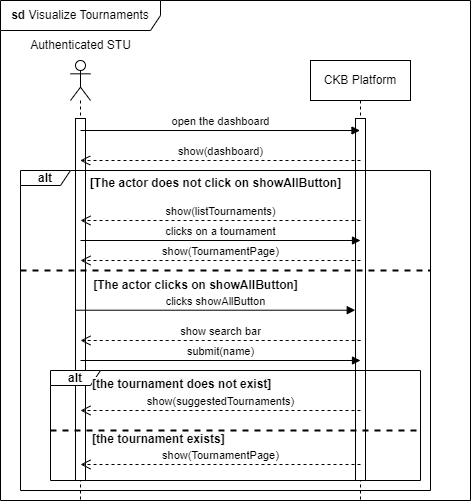
Above: RASD/images/sequence_diagrams/ClassDiagram-UC15.2-SequenceDiagram.png in pontig/sw-eng-2-PasiniPontiggiaStasi (draw.io), before the change. Source tidied: cells renumbered, new cells last; positions are measured from the earlier drawing's top-left corner, leaving out a move shared by most shapes.
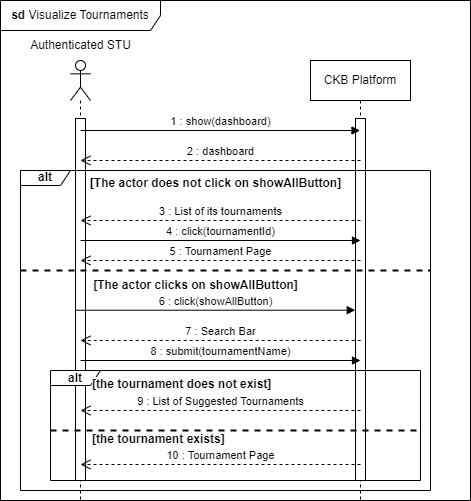
After the change.

Commit message:
fixed class diagram and sequence diagrams of my use cases

The edit, as a diff of the source:
```diff
@@ -20,29 +20,29 @@
     <mxCell id="7" value="Authenticated STU" style="text;html=1;align=center;verticalAlign=middle;strokeColor=none;fillColor=none;" parent="1" vertex="1">
       <mxGeometry x="20" y="30" width="120" height="30" as="geometry" />
     </mxCell>
-    <mxCell id="8" value="open the dashboard" style="html=1;verticalAlign=bottom;endArrow=block;curved=0;rounded=0;" parent="1" edge="1" target="5">
+    <mxCell id="8" value="1 : show(dashboard)" style="html=1;verticalAlign=bottom;endArrow=block;curved=0;rounded=0;" parent="1" edge="1" target="5">
       <mxGeometry relative="1" as="geometry">
         <mxPoint x="80" y="130" as="sourcePoint" />
       </mxGeometry>
     </mxCell>
-    <mxCell id="9" value="show(dashboard)" style="html=1;verticalAlign=bottom;endArrow=open;dashed=1;endSize=8;curved=0;rounded=0;" parent="1" edge="1" target="3">
+    <mxCell id="9" value="2 : dashboard" style="html=1;verticalAlign=bottom;endArrow=open;dashed=1;endSize=8;curved=0;rounded=0;" parent="1" edge="1" target="3">
       <mxGeometry relative="1" as="geometry">
         <mxPoint x="360" y="160" as="sourcePoint" />
       </mxGeometry>
     </mxCell>
-    <mxCell id="10" value="show(listTournaments)" style="html=1;verticalAlign=bottom;endArrow=open;dashed=1;endSize=8;curved=0;rounded=0;" parent="1" edge="1">
+    <mxCell id="10" value="3 : List of its tournaments" style="html=1;verticalAlign=bottom;endArrow=open;dashed=1;endSize=8;curved=0;rounded=0;" parent="1" edge="1">
       <mxGeometry relative="1" as="geometry">
         <mxPoint x="360" y="220" as="sourcePoint" />
         <mxPoint x="80" y="220" as="targetPoint" />
       </mxGeometry>
     </mxCell>
-    <mxCell id="11" value="clicks on a tournament" style="html=1;verticalAlign=bottom;endArrow=block;curved=0;rounded=0;" parent="1" edge="1">
+    <mxCell id="11" value="4 : click(tournamentId)" style="html=1;verticalAlign=bottom;endArrow=block;curved=0;rounded=0;" parent="1" edge="1">
       <mxGeometry relative="1" as="geometry">
         <mxPoint x="80" y="240" as="sourcePoint" />
         <mxPoint x="360" y="240" as="targetPoint" />
       </mxGeometry>
     </mxCell>
-    <mxCell id="12" value="show(TournamentPage)" style="html=1;verticalAlign=bottom;endArrow=open;dashed=1;endSize=8;curved=0;rounded=0;" parent="1" edge="1">
+    <mxCell id="12" value="5 : Tournament Page" style="html=1;verticalAlign=bottom;endArrow=open;dashed=1;endSize=8;curved=0;rounded=0;" parent="1" edge="1">
       <mxGeometry relative="1" as="geometry">
         <mxPoint x="360" y="260" as="sourcePoint" />
         <mxPoint x="80" y="260" as="targetPoint" />
@@ -63,19 +63,19 @@
     <mxCell id="16" value="&lt;b&gt;[The actor clicks on showAllButton]&lt;/b&gt;" style="text;html=1;align=center;verticalAlign=middle;strokeColor=none;fillColor=none;" parent="1" vertex="1">
       <mxGeometry x="80" y="270" width="230" height="30" as="geometry" />
     </mxCell>
-    <mxCell id="17" value="clicks showAllButton" style="html=1;verticalAlign=bottom;endArrow=block;curved=0;rounded=0;" parent="1" edge="1">
+    <mxCell id="17" value="6 : click(showAllButton)" style="html=1;verticalAlign=bottom;endArrow=block;curved=0;rounded=0;" parent="1" edge="1">
       <mxGeometry relative="1" as="geometry">
         <mxPoint x="75.2" y="309.7" as="sourcePoint" />
         <mxPoint x="354.8" y="309.7" as="targetPoint" />
       </mxGeometry>
     </mxCell>
-    <mxCell id="18" value="show search bar" style="html=1;verticalAlign=bottom;endArrow=open;dashed=1;endSize=8;curved=0;rounded=0;" parent="1" edge="1">
+    <mxCell id="18" value="7 : Search Bar" style="html=1;verticalAlign=bottom;endArrow=open;dashed=1;endSize=8;curved=0;rounded=0;" parent="1" edge="1">
       <mxGeometry relative="1" as="geometry">
         <mxPoint x="360.2" y="340" as="sourcePoint" />
         <mxPoint x="80" y="340" as="targetPoint" />
       </mxGeometry>
     </mxCell>
-    <mxCell id="19" value="submit(name)" style="html=1;verticalAlign=bottom;endArrow=block;curved=0;rounded=0;" parent="1" edge="1">
+    <mxCell id="19" value="8 : submit(tournamentName)" style="html=1;verticalAlign=bottom;endArrow=block;curved=0;rounded=0;" parent="1" edge="1">
       <mxGeometry relative="1" as="geometry">
         <mxPoint x="80" y="360" as="sourcePoint" />
         <mxPoint x="360" y="360" as="targetPoint" />
@@ -87,7 +87,7 @@
     <mxCell id="21" value="&lt;b style=&quot;border-color: var(--border-color); color: rgb(0, 0, 0); font-family: Helvetica; font-size: 12px; font-style: normal; font-variant-ligatures: normal; font-variant-caps: normal; letter-spacing: normal; orphans: 2; text-align: center; text-indent: 0px; text-transform: none; widows: 2; word-spacing: 0px; -webkit-text-stroke-width: 0px; background-color: rgb(251, 251, 251); text-decoration-thickness: initial; text-decoration-style: initial; text-decoration-color: initial;&quot;&gt;[the tournament does not exist]&lt;/b&gt;" style="text;whiteSpace=wrap;html=1;" parent="1" vertex="1">
       <mxGeometry x="90" y="370" width="240" height="40" as="geometry" />
     </mxCell>
-    <mxCell id="22" value="show(suggestedTournaments)" style="html=1;verticalAlign=bottom;endArrow=open;dashed=1;endSize=8;curved=0;rounded=0;" parent="1" edge="1">
+    <mxCell id="22" value="9 : List of Suggested Tournaments" style="html=1;verticalAlign=bottom;endArrow=open;dashed=1;endSize=8;curved=0;rounded=0;" parent="1" edge="1">
       <mxGeometry relative="1" as="geometry">
         <mxPoint x="360" y="410" as="sourcePoint" />
         <mxPoint x="80" y="410" as="targetPoint" />
@@ -98,14 +98,14 @@
         <mxPoint x="50" y="430" as="sourcePoint" />
       </mxGeometry>
     </mxCell>
-    <mxCell id="24" value="show(TournamentPage)" style="html=1;verticalAlign=bottom;endArrow=open;dashed=1;endSize=8;curved=0;rounded=0;" parent="1" edge="1">
+    <mxCell id="24" value="10 : Tournament Page" style="html=1;verticalAlign=bottom;endArrow=open;dashed=1;endSize=8;curved=0;rounded=0;" parent="1" edge="1">
       <mxGeometry relative="1" as="geometry">
         <mxPoint x="360" y="464" as="sourcePoint" />
         <mxPoint x="80" y="464" as="targetPoint" />
       </mxGeometry>
     </mxCell>
     <mxCell id="25" value="&lt;b style=&quot;border-color: var(--border-color); color: rgb(0, 0, 0); font-family: Helvetica; font-size: 12px; font-style: normal; font-variant-ligatures: normal; font-variant-caps: normal; letter-spacing: normal; orphans: 2; text-align: center; text-indent: 0px; text-transform: none; widows: 2; word-spacing: 0px; -webkit-text-stroke-width: 0px; background-color: rgb(251, 251, 251); text-decoration-thickness: initial; text-decoration-style: initial; text-decoration-color: initial;&quot;&gt;[the tournament exists]&lt;/b&gt;" style="text;whiteSpace=wrap;html=1;" parent="1" vertex="1">
-      <mxGeometry x="90" y="425" width="240" height="40" as="geometry" />
+      <mxGeometry x="90" y="425" width="240" height="25" as="geometry" />
     </mxCell>
   </root>
 </mxGraphModel>
```
